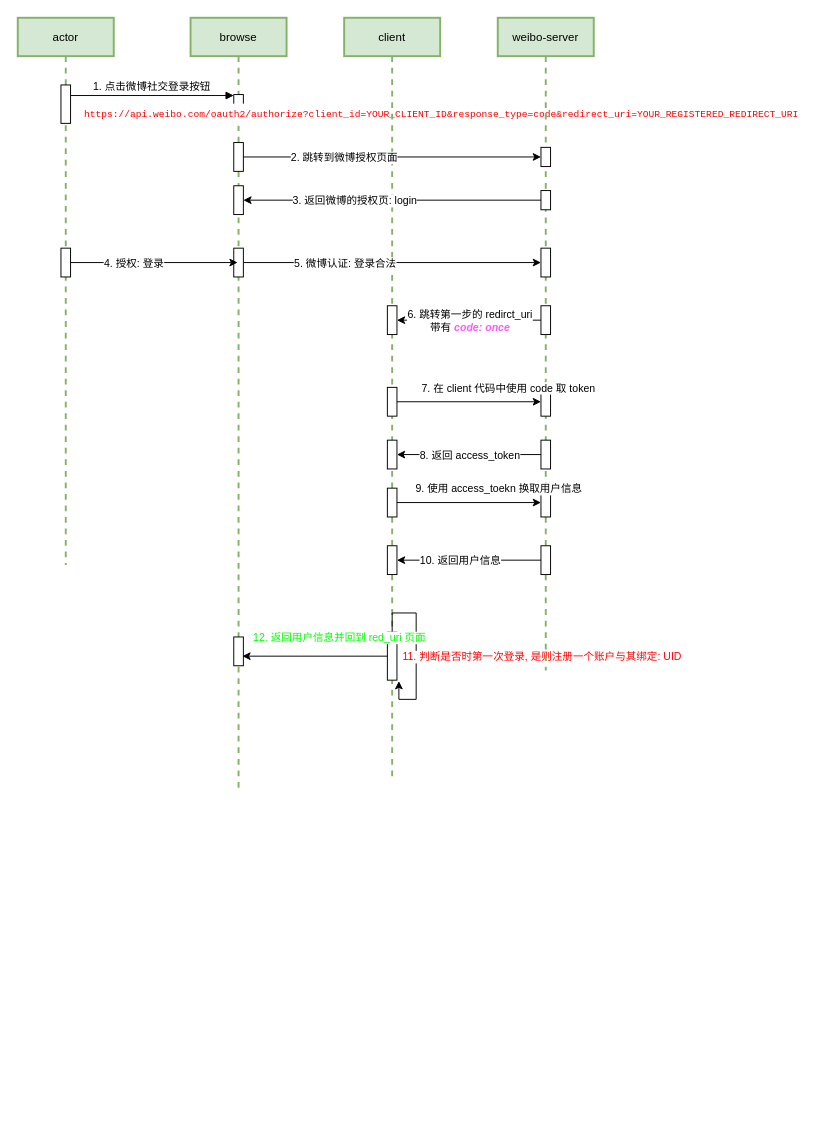
The draw.io diagram digrams/oauth/weibo-social-oauth-flow.drawio in Alice52/diagrams, before the edit. Source tidied: cells renumbered, new cells numbered last; positions are measured from the earlier drawing's top-left corner, leaving out a move shared by most shapes. Both pictures are drawn from the tidied source at 96%, with x=0, y=0 at pixel (17, 17).
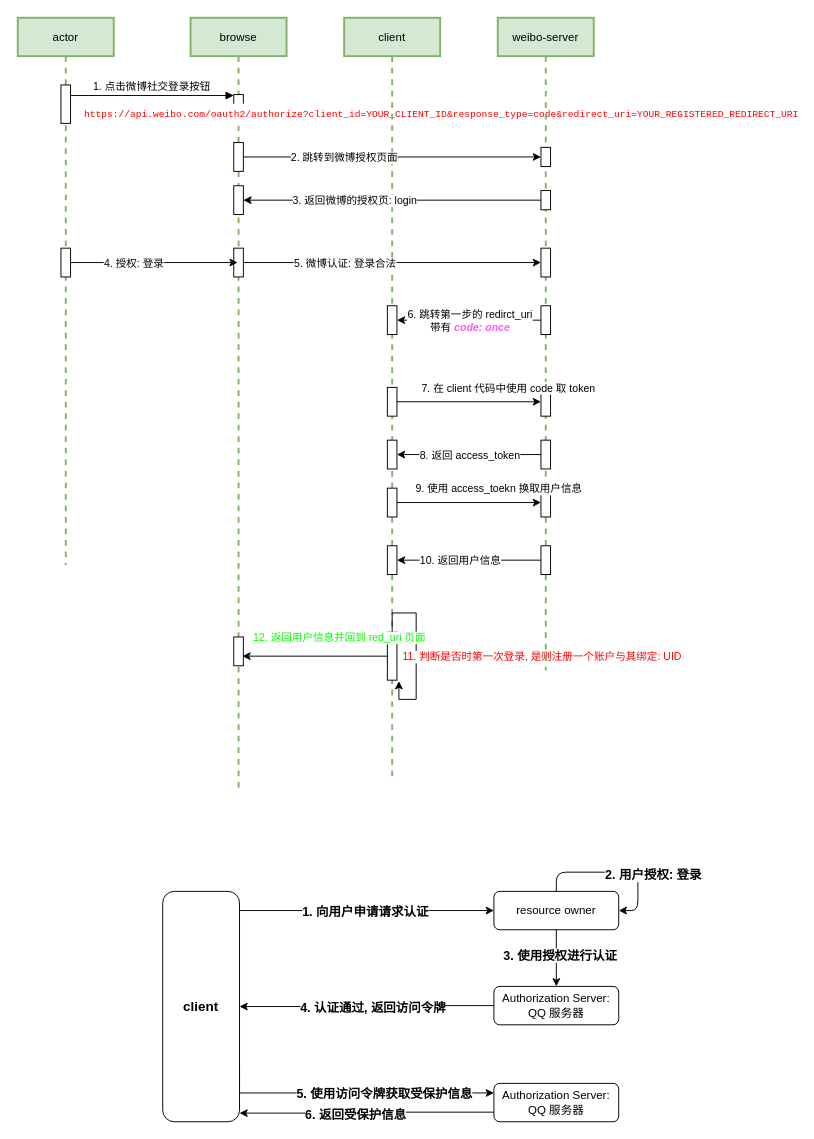
After the change.

What changed in the source:
```diff
@@
+    <mxCell id="52" style="edgeStyle=orthogonalEdgeStyle;rounded=0;jettySize=auto;html=1;strokeColor=#000000;" parent="1" edge="1" source="56" target="59">
+      <mxGeometry relative="1" as="geometry">
+        <Array as="points">
+          <mxPoint x="291" y="930" />
+          <mxPoint x="291" y="930" />
+        </Array>
+      </mxGeometry>
+    </mxCell>
+    <mxCell id="53" value="&lt;b&gt;&lt;font style=&quot;font-size: 13px&quot;&gt;1. 向用户申请请求认证&lt;/font&gt;&lt;/b&gt;" style="edgeLabel;html=1;align=center;verticalAlign=middle;" parent="52" vertex="1">
+      <mxGeometry x="-0.64" y="-1" relative="1" as="geometry">
+        <mxPoint x="82" y="-1" as="offset" />
+      </mxGeometry>
+    </mxCell>
+    <mxCell id="54" style="edgeStyle=orthogonalEdgeStyle;rounded=0;jettySize=auto;html=1;exitX=1;exitY=0.75;exitDx=0;exitDy=0;strokeColor=#000000;" parent="1" edge="1" source="56" target="67">
+      <mxGeometry relative="1" as="geometry">
+        <Array as="points">
+          <mxPoint x="231" y="1120" />
+        </Array>
+      </mxGeometry>
+    </mxCell>
+    <mxCell id="55" value="&lt;b&gt;&lt;font style=&quot;font-size: 13px&quot;&gt;5. 使用访问令牌获取受保护信息&lt;/font&gt;&lt;/b&gt;" style="edgeLabel;html=1;align=center;verticalAlign=middle;" parent="54" vertex="1">
+      <mxGeometry x="-0.35" y="1" relative="1" as="geometry">
+        <mxPoint x="84" y="1" as="offset" />
+      </mxGeometry>
+    </mxCell>
+    <mxCell id="56" value="&lt;b&gt;&lt;font style=&quot;font-size: 14px&quot;&gt;client&lt;/font&gt;&lt;/b&gt;" style="rounded=1;whiteSpace=wrap;html=1;" parent="1" vertex="1">
+      <mxGeometry x="151" y="910" width="80" height="240" as="geometry" />
+    </mxCell>
+    <mxCell id="57" style="edgeStyle=orthogonalEdgeStyle;rounded=1;jettySize=auto;html=1;entryX=0.5;entryY=0;entryDx=0;entryDy=0;strokeColor=#000000;" parent="1" edge="1" source="59" target="64">
+      <mxGeometry x="1" y="143" relative="1" as="geometry">
+        <mxPoint x="-83" y="130" as="offset" />
+      </mxGeometry>
+    </mxCell>
+    <mxCell id="58" value="&lt;b&gt;&lt;font style=&quot;font-size: 13px&quot;&gt;3. 使用授权进行认证&lt;/font&gt;&lt;/b&gt;" style="edgeLabel;html=1;align=center;verticalAlign=middle;" parent="57" vertex="1">
+      <mxGeometry x="-0.28" y="3" relative="1" as="geometry">
+        <mxPoint y="5" as="offset" />
+      </mxGeometry>
+    </mxCell>
+    <mxCell id="59" value="resource owner" style="rounded=1;whiteSpace=wrap;html=1;" parent="1" vertex="1">
+      <mxGeometry x="496" y="910" width="130" height="40" as="geometry" />
+    </mxCell>
+    <mxCell id="60" style="edgeStyle=orthogonalEdgeStyle;rounded=1;orthogonalLoop=1;jettySize=auto;html=1;entryX=1;entryY=0.5;entryDx=0;entryDy=0;strokeColor=#000000;" parent="1" edge="1" source="59" target="59">
+      <mxGeometry relative="1" as="geometry" />
+    </mxCell>
+    <mxCell id="61" value="&lt;b&gt;&lt;font style=&quot;font-size: 13px&quot;&gt;2. 用户授权: 登录&lt;/font&gt;&lt;/b&gt;" style="edgeLabel;html=1;align=center;verticalAlign=middle;" parent="60" vertex="1">
+      <mxGeometry x="-0.54" y="-2" relative="1" as="geometry">
+        <mxPoint x="82" as="offset" />
+      </mxGeometry>
+    </mxCell>
+    <mxCell id="62" style="edgeStyle=orthogonalEdgeStyle;rounded=1;jettySize=auto;html=1;entryX=1;entryY=0.5;entryDx=0;entryDy=0;strokeColor=#000000;" parent="1" edge="1" source="64" target="56">
+      <mxGeometry relative="1" as="geometry" />
+    </mxCell>
+    <mxCell id="63" value="&lt;b&gt;&lt;font style=&quot;font-size: 13px&quot;&gt;4. 认证通过, 返回访问令牌&lt;/font&gt;&lt;/b&gt;" style="edgeLabel;html=1;align=center;verticalAlign=middle;" parent="62" vertex="1">
+      <mxGeometry x="0.77" y="-1" relative="1" as="geometry">
+        <mxPoint x="107" y="1" as="offset" />
+      </mxGeometry>
+    </mxCell>
+    <mxCell id="64" value="Authorization Server: QQ 服务器" style="rounded=1;whiteSpace=wrap;html=1;" parent="1" vertex="1">
+      <mxGeometry x="496" y="1009" width="130" height="40" as="geometry" />
+    </mxCell>
+    <mxCell id="65" style="edgeStyle=orthogonalEdgeStyle;rounded=0;jettySize=auto;html=1;exitX=0;exitY=0.75;exitDx=0;exitDy=0;strokeColor=#000000;" parent="1" edge="1" source="67">
+      <mxGeometry relative="1" as="geometry">
+        <mxPoint x="231" y="1141" as="targetPoint" />
+        <Array as="points">
+          <mxPoint x="364" y="1140" />
+          <mxPoint x="364" y="1141" />
+        </Array>
+      </mxGeometry>
+    </mxCell>
+    <mxCell id="66" value="&lt;b&gt;&lt;font style=&quot;font-size: 13px&quot;&gt;6. 返回受保护信息&lt;/font&gt;&lt;/b&gt;" style="edgeLabel;html=1;align=center;verticalAlign=middle;" parent="65" vertex="1">
+      <mxGeometry x="0.42" y="1" relative="1" as="geometry">
+        <mxPoint x="43" as="offset" />
+      </mxGeometry>
+    </mxCell>
+    <mxCell id="67" value="Authorization Server: QQ 服务器" style="rounded=1;whiteSpace=wrap;html=1;" parent="1" vertex="1">
+      <mxGeometry x="496" y="1110" width="130" height="40" as="geometry" />
+    </mxCell>
```
